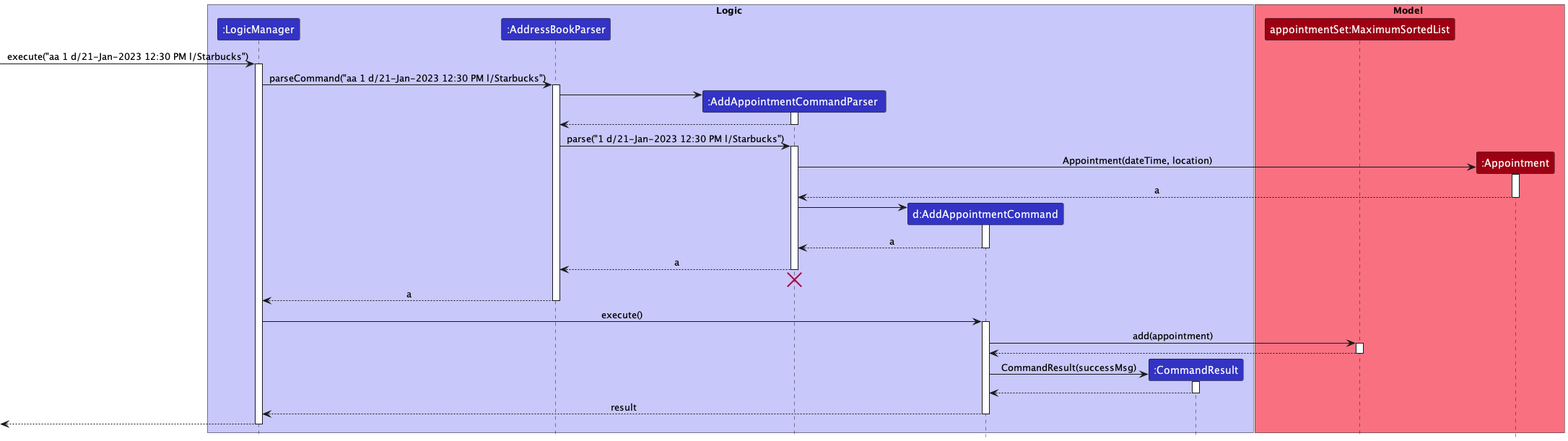
The PlantUML diagram docs/images/AddAppointmentCommandSequenceDiagram.png in nus-cs2103-AY2223S1/tp, before a commit. The source it was exported from:
```plantuml
@startuml
!include style.puml

box Logic LOGIC_COLOR_T1
participant ":LogicManager" as LogicManager LOGIC_COLOR
participant ":AddressBookParser" as AddressBookParser LOGIC_COLOR
participant ":AddAppointmentCommandParser " as AddAppointmentCommandParser  LOGIC_COLOR
participant "d:AddAppointmentCommand" as AddAppointmentCommand LOGIC_COLOR
participant ":CommandResult" as CommandResult LOGIC_COLOR
end box

box Model MODEL_COLOR_T1
participant "appointmentSet:MaximumSortedList" as MaximumSortedList MODEL_COLOR
participant ":Appointment" as Appointment MODEL_COLOR
end box

[-> LogicManager : execute("aa 1 d/21-Jan-2023 12:30 PM l/Starbucks")
activate LogicManager

LogicManager -> AddressBookParser : parseCommand("aa 1 d/21-Jan-2023 12:30 PM l/Starbucks")
activate AddressBookParser

create AddAppointmentCommandParser
AddressBookParser -> AddAppointmentCommandParser
activate AddAppointmentCommandParser

AddAppointmentCommandParser  --> AddressBookParser
deactivate AddAppointmentCommandParser

AddressBookParser -> AddAppointmentCommandParser  : parse("1 d/21-Jan-2023 12:30 PM l/Starbucks")
activate AddAppointmentCommandParser

create Appointment
AddAppointmentCommandParser -> Appointment : Appointment(dateTime, location)
activate Appointment

Appointment --> AddAppointmentCommandParser : a
deactivate Appointment

create AddAppointmentCommand
AddAppointmentCommandParser  -> AddAppointmentCommand
activate AddAppointmentCommand

AddAppointmentCommand --> AddAppointmentCommandParser  : a
deactivate AddAppointmentCommand

AddAppointmentCommandParser  --> AddressBookParser : a
deactivate AddAppointmentCommandParser
AddAppointmentCommandParser  -[hidden]-> AddressBookParser
destroy AddAppointmentCommandParser

AddressBookParser --> LogicManager : a
deactivate AddressBookParser

LogicManager -> AddAppointmentCommand : execute()
activate AddAppointmentCommand

AddAppointmentCommand -> MaximumSortedList : add(appointment)
activate MaximumSortedList

MaximumSortedList --> AddAppointmentCommand
deactivate MaximumSortedList



create CommandResult
AddAppointmentCommand -> CommandResult : CommandResult(successMsg)
activate CommandResult

CommandResult --> AddAppointmentCommand
deactivate CommandResult

AddAppointmentCommand --> LogicManager : result
deactivate AddAppointmentCommand

[<--LogicManager
deactivate LogicManager
@enduml
```
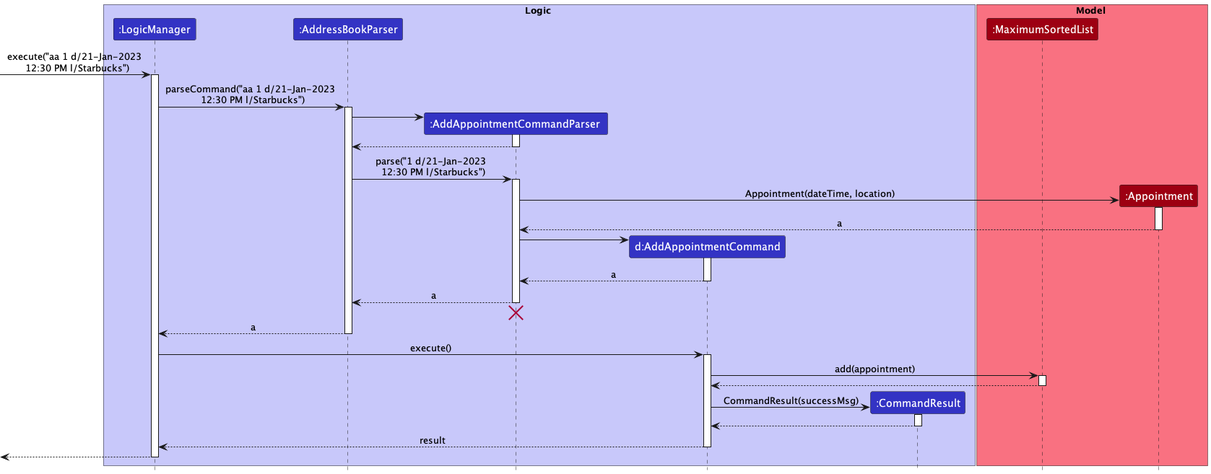
Above is the later version.

Commit message:
Resize AddAppointmentCommandSequenceDiagram

The edit, as a diff of the source:
```diff
@@ -10,14 +10,14 @@
 end box
 
 box Model MODEL_COLOR_T1
-participant "appointmentSet:MaximumSortedList" as MaximumSortedList MODEL_COLOR
+participant ":MaximumSortedList" as MaximumSortedList MODEL_COLOR
 participant ":Appointment" as Appointment MODEL_COLOR
 end box
 
-[-> LogicManager : execute("aa 1 d/21-Jan-2023 12:30 PM l/Starbucks")
+[-> LogicManager : execute("aa 1 d/21-Jan-2023 \n 12:30 PM l/Starbucks")
 activate LogicManager
 
-LogicManager -> AddressBookParser : parseCommand("aa 1 d/21-Jan-2023 12:30 PM l/Starbucks")
+LogicManager -> AddressBookParser : parseCommand("aa 1 d/21-Jan-2023 \n 12:30 PM l/Starbucks")
 activate AddressBookParser
 
 create AddAppointmentCommandParser
@@ -27,7 +27,7 @@
 AddAppointmentCommandParser  --> AddressBookParser
 deactivate AddAppointmentCommandParser
 
-AddressBookParser -> AddAppointmentCommandParser  : parse("1 d/21-Jan-2023 12:30 PM l/Starbucks")
+AddressBookParser -> AddAppointmentCommandParser  : parse("1 d/21-Jan-2023 \n 12:30 PM l/Starbucks")
 activate AddAppointmentCommandParser
 
 create Appointment
```
